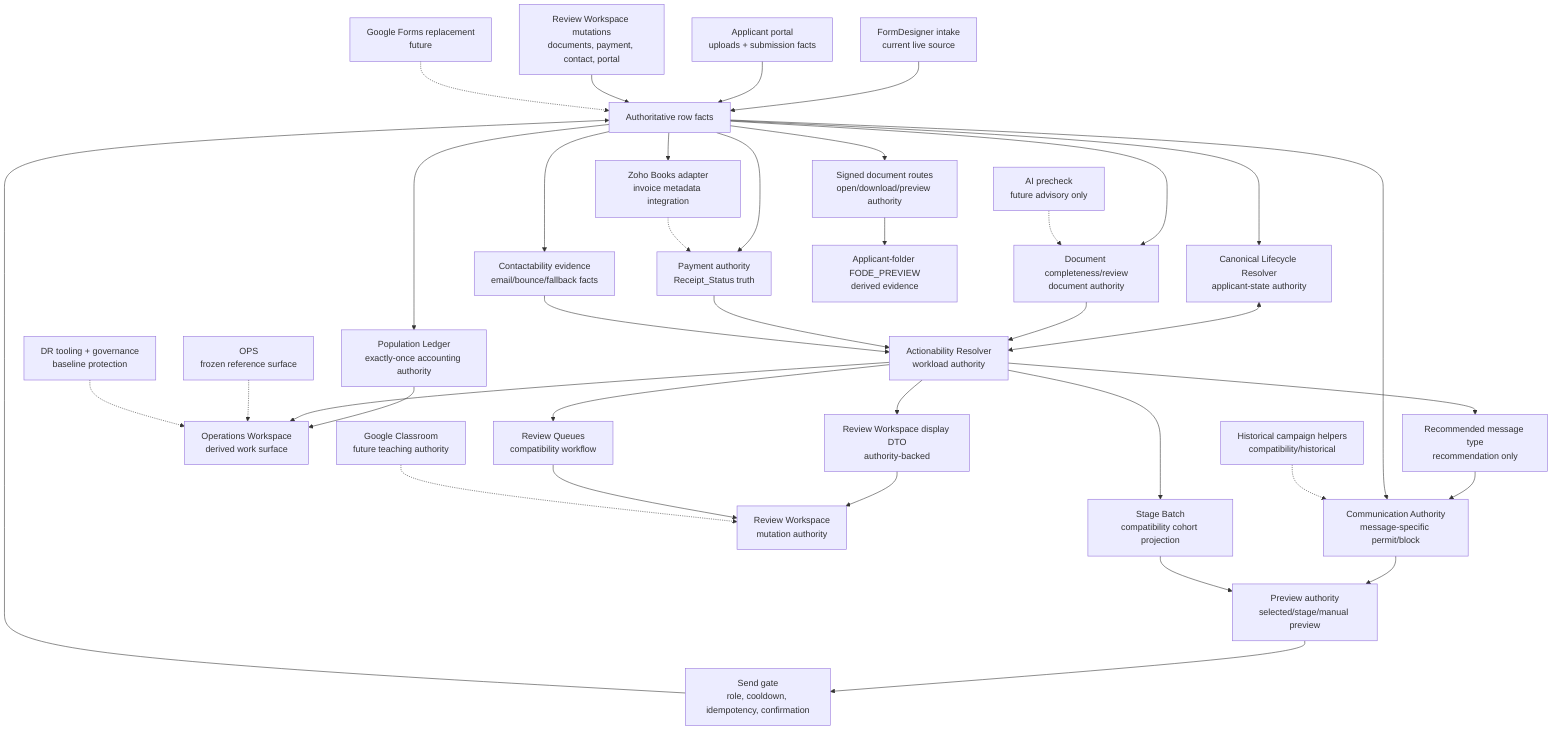
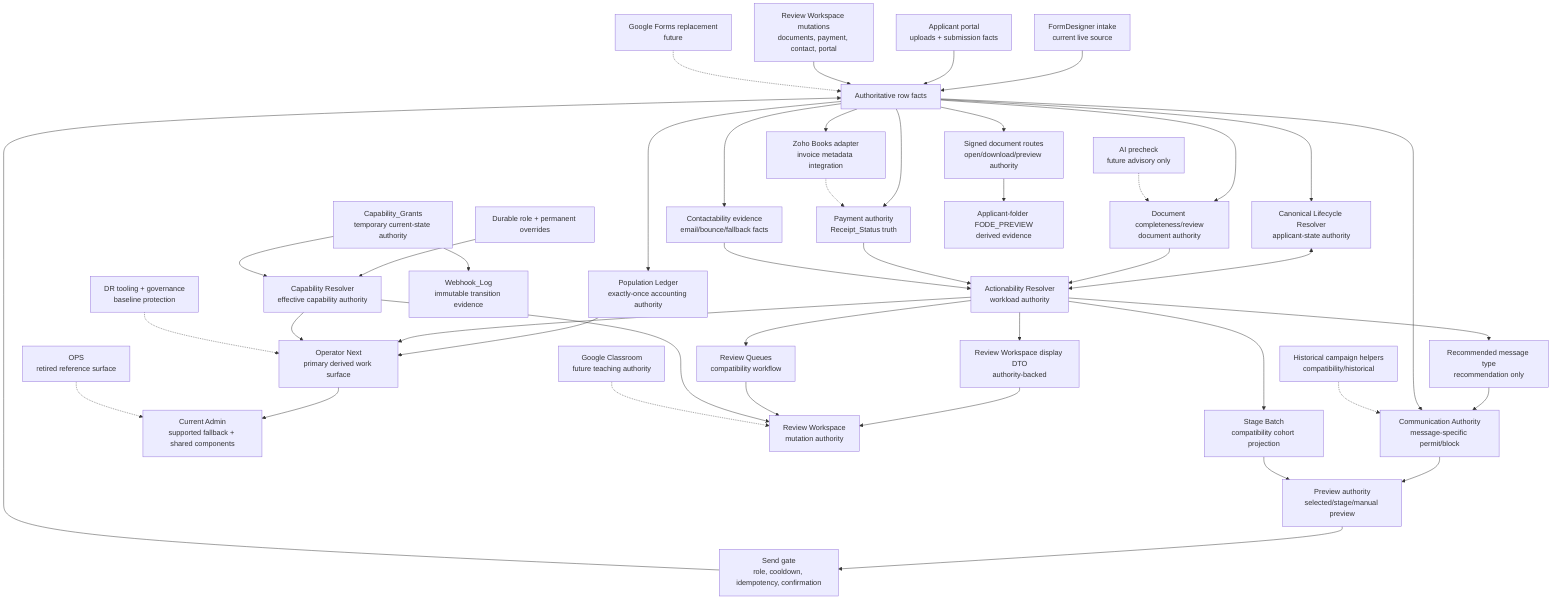
flowchart TD
  FD["FormDesigner intake<br/>current live source"] --> RF["Authoritative row facts"]
  PORTAL["Applicant portal<br/>uploads + submission facts"] --> RF
  REVIEWM["Review Workspace mutations<br/>documents, payment, contact, portal"] --> RF
  GF["Google Forms replacement<br/>future"] -.-> RF

  RF --> LIFE["Canonical Lifecycle Resolver<br/>applicant-state authority"]
  RF --> DOC["Document completeness/review<br/>document authority"]
  RF --> PAY["Payment authority<br/>Receipt_Status truth"]
  RF --> CONTACT["Contactability evidence<br/>email/bounce/fallback facts"]

  LIFE <--> ACTION["Actionability Resolver<br/>workload authority"]
  DOC --> ACTION
  PAY --> ACTION
  CONTACT --> ACTION

  ACTION --> COMMREC["Recommended message type<br/>recommendation only"]
  COMMREC --> COMMAUTH["Communication Authority<br/>message-specific permit/block"]
  RF --> COMMAUTH
  COMMAUTH --> PREVIEW["Preview authority<br/>selected/stage/manual preview"]
  PREVIEW --> SEND["Send gate<br/>role, cooldown, idempotency, confirmation"]
  SEND --> RF

  RF --> LEDGER["Population Ledger<br/>exactly-once accounting authority"]
-   LEDGER --> OPSWS["Operations Workspace<br/>derived work surface"]
-   ACTION --> OPSWS
+   LEDGER --> ONX["Operator Next<br/>primary derived work surface"]
+   ACTION --> ONX
+   ONX --> ADMIN["Current Admin<br/>supported fallback + shared components"]
  ACTION --> REVIEWD["Review Workspace display DTO<br/>authority-backed"]
  REVIEWD --> REVIEWWS["Review Workspace<br/>mutation authority"]

  ACTION --> STAGE["Stage Batch<br/>compatibility cohort projection"]
  STAGE --> PREVIEW
  ACTION --> QUEUES["Review Queues<br/>compatibility workflow"]
  QUEUES --> REVIEWWS

+   ROLE["Durable role + permanent overrides"] --> CAP["Capability Resolver<br/>effective capability authority"]
+   GRANTS["Capability_Grants<br/>temporary current-state authority"] --> CAP
+   CAP --> ONX
+   CAP --> REVIEWWS
+   GRANTS --> AUDIT["Webhook_Log<br/>immutable transition evidence"]
+ 
  RF --> FILES["Signed document routes<br/>open/download/preview authority"]
  FILES --> GALLERY["Applicant-folder FODE_PREVIEW<br/>derived evidence"]

  RF --> ZOHO["Zoho Books adapter<br/>invoice metadata integration"]
  ZOHO -.-> PAY

-   OPS["OPS<br/>frozen reference surface"] -.-> OPSWS
+   OPS["OPS<br/>retired reference surface"] -.-> ADMIN
  LEGACY["Historical campaign helpers<br/>compatibility/historical"] -.-> COMMAUTH
-   DR["DR tooling + governance<br/>baseline protection"] -.-> OPSWS
+   DR["DR tooling + governance<br/>baseline protection"] -.-> ONX
  AI["AI precheck<br/>future advisory only"] -.-> DOC
  CLASS["Google Classroom<br/>future teaching authority"] -.-> REVIEWWS
